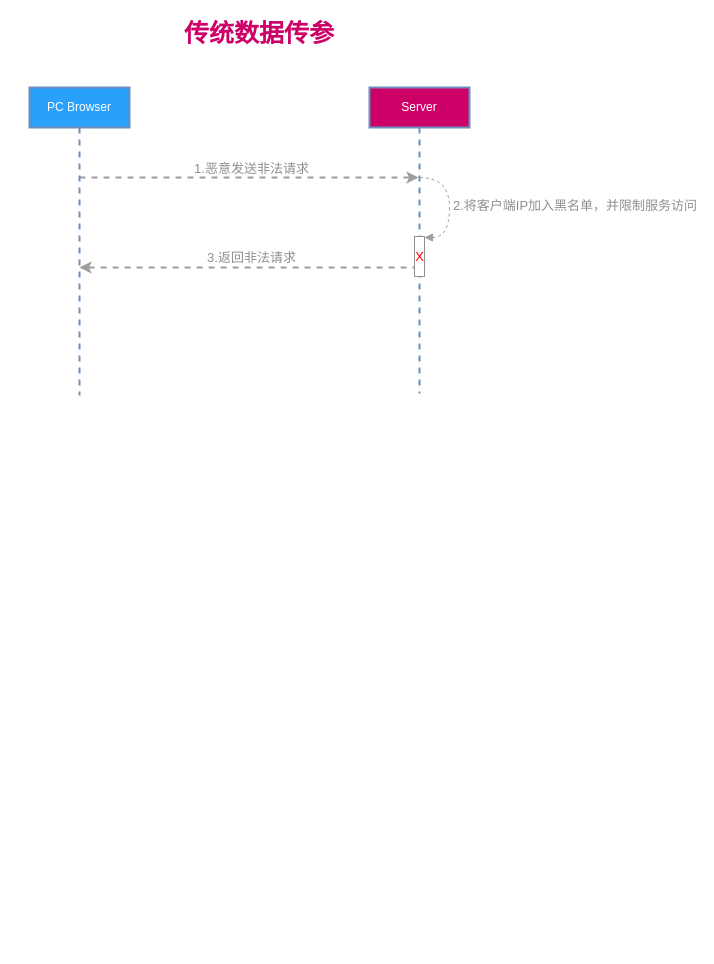
Earlier version of the draw.io diagram 黑名单示意图 的副本.drawio (ammengke/my-drawio). Source tidied: cells renumbered, new cells numbered last; positions are measured from the earlier drawing's top-left corner, leaving out a move shared by most shapes. Both pictures are drawn from the tidied source at 100%, with x=0, y=0 at pixel (29, 17).
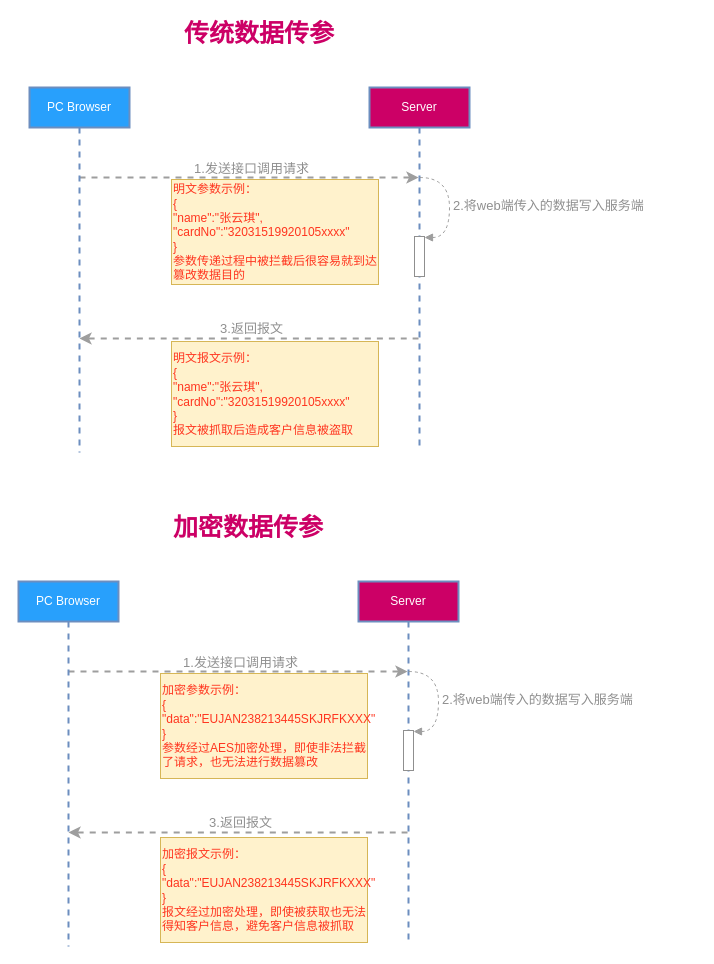
Above is the later version.

Commit message:
更新黑名单示意图 的副本.drawio

The change refers to these unchanged cells:
```xml
<mxCell id="2" style="edgeStyle=orthogonalEdgeStyle;rounded=0;jettySize=auto;html=1;fontSize=25;fontColor=#CC0066;dashed=1;strokeColor=#9E9E9E;strokeWidth=2;" parent="1" edge="1" source="4" target="7">
  <mxGeometry relative="1" as="geometry">
    <Array as="points">
      <mxPoint x="220" y="160" />
      <mxPoint x="220" y="160" />
    </Array>
  </mxGeometry>
</mxCell>
```

What changed in the source:
```diff
@@
-    <mxCell id="3" value="1.恶意发送非法请求" style="edgeLabel;html=1;align=center;verticalAlign=middle;fontSize=13;fontColor=#8F8F8F;" parent="2" vertex="1">
+    <mxCell id="3" value="1.发送接口调用请求" style="edgeLabel;html=1;align=center;verticalAlign=middle;fontSize=13;fontColor=#8F8F8F;" parent="2" vertex="1">
       <mxGeometry x="-0.27" relative="1" as="geometry">
         <mxPoint x="47" y="-10" as="offset" />
       </mxGeometry>
     </mxCell>
     <mxCell id="4" value="PC Browser" style="shape=umlLifeline;perimeter=lifelinePerimeter;whiteSpace=wrap;html=1;outlineConnect=0;fillColor=#28A0FC;strokeColor=#6c8ebf;fontColor=#FFFFFF;strokeWidth=2;" parent="1" vertex="1">
-      <mxGeometry y="70" width="100" height="308" as="geometry" />
+      <mxGeometry y="70" width="100" height="365" as="geometry" />
     </mxCell>
     <mxCell id="5" style="edgeStyle=orthogonalEdgeStyle;curved=1;rounded=0;jettySize=auto;html=1;dashed=1;strokeColor=#9E9E9E;fontSize=13;fontColor=#8F8F8F;strokeWidth=2;" parent="1" edge="1" source="7" target="4">
       <mxGeometry relative="1" as="geometry">
         <Array as="points">
-          <mxPoint x="250" y="250" />
-          <mxPoint x="250" y="250" />
+          <mxPoint x="236" y="321" />
+          <mxPoint x="236" y="321" />
         </Array>
       </mxGeometry>
     </mxCell>
-    <mxCell id="6" value="3.返回非法请求" style="edgeLabel;html=1;align=center;verticalAlign=middle;fontSize=13;fontColor=#8F8F8F;" parent="5" vertex="1">
+    <mxCell id="6" value="3.返回报文" style="edgeLabel;html=1;align=center;verticalAlign=middle;fontSize=13;fontColor=#8F8F8F;" parent="5" vertex="1">
       <mxGeometry x="-0.14" relative="1" as="geometry">
         <mxPoint x="-22" y="-11" as="offset" />
       </mxGeometry>
     </mxCell>
     <mxCell id="7" value="Server" style="shape=umlLifeline;perimeter=lifelinePerimeter;whiteSpace=wrap;html=1;outlineConnect=0;fillColor=#CC0066;strokeColor=#6c8ebf;fontColor=#FFFFFF;strokeWidth=2;" parent="1" vertex="1">
-      <mxGeometry x="340" y="70" width="100" height="306" as="geometry" />
+      <mxGeometry x="340" y="70" width="100" height="361" as="geometry" />
     </mxCell>
-    <mxCell id="8" value="X" style="html=1;perimeter=orthogonalPerimeter;fontSize=13;fontColor=#FF0000;fillColor=#FFFFFF;strokeColor=#8F8F8F;" parent="7" vertex="1">
+    <mxCell id="8" style="html=1;perimeter=orthogonalPerimeter;fontSize=13;fontColor=#FF0000;fillColor=#FFFFFF;strokeColor=#8F8F8F;" parent="7" vertex="1">
       <mxGeometry x="45" y="149" width="10" height="40" as="geometry" />
     </mxCell>
-    <mxCell id="9" value="2.将客户端IP加入黑名单，并限制服务访问" style="edgeStyle=orthogonalEdgeStyle;html=1;align=left;spacingLeft=2;endArrow=block;rounded=0;entryX=1;entryY=0;dashed=1;strokeColor=#9E9E9E;fontSize=13;fontColor=#8F8F8F;curved=1;" parent="7" edge="1">
+    <mxCell id="9" value="2.将web端传入的数据写入服务端" style="edgeStyle=orthogonalEdgeStyle;html=1;align=left;spacingLeft=2;endArrow=block;rounded=0;entryX=1;entryY=0;dashed=1;strokeColor=#9E9E9E;fontSize=13;fontColor=#8F8F8F;curved=1;" parent="7" edge="1">
       <mxGeometry relative="1" as="geometry">
         <mxPoint x="50" y="90" as="sourcePoint" />
         <mxPoint x="55" y="150" as="targetPoint" />
         <Array as="points">
           <mxPoint x="80" y="90" />
           <mxPoint x="80" y="150" />
         </Array>
       </mxGeometry>
     </mxCell>
@@
+    <mxCell id="11" value="明文参数示例：&lt;br&gt;{&lt;br&gt;&quot;name&quot;:&quot;张云琪&quot;,&amp;nbsp; &amp;nbsp; &amp;nbsp; &amp;nbsp; &amp;nbsp; &quot;cardNo&quot;:&quot;32031519920105xxxx&quot;&lt;br&gt;}&lt;br&gt;参数传递过程中被拦截后很容易就到达篡改数据目的" style="text;html=1;strokeColor=#d6b656;fillColor=#fff2cc;align=left;verticalAlign=middle;whiteSpace=wrap;rounded=0;fontColor=#FF351F;" parent="1" vertex="1">
+      <mxGeometry x="142" y="162" width="207" height="105" as="geometry" />
+    </mxCell>
+    <mxCell id="12" style="edgeStyle=orthogonalEdgeStyle;rounded=0;jettySize=auto;html=1;fontSize=25;fontColor=#CC0066;dashed=1;strokeColor=#9E9E9E;strokeWidth=2;" parent="1" edge="1" source="14" target="17">
+      <mxGeometry relative="1" as="geometry">
+        <Array as="points">
+          <mxPoint x="209" y="654" />
+          <mxPoint x="209" y="654" />
+        </Array>
+      </mxGeometry>
+    </mxCell>
+    <mxCell id="13" value="1.发送接口调用请求" style="edgeLabel;html=1;align=center;verticalAlign=middle;fontSize=13;fontColor=#8F8F8F;" parent="12" vertex="1">
+      <mxGeometry x="-0.27" relative="1" as="geometry">
+        <mxPoint x="47" y="-10" as="offset" />
+      </mxGeometry>
+    </mxCell>
+    <mxCell id="14" value="PC Browser" style="shape=umlLifeline;perimeter=lifelinePerimeter;whiteSpace=wrap;html=1;outlineConnect=0;fillColor=#28A0FC;strokeColor=#6c8ebf;fontColor=#FFFFFF;strokeWidth=2;" parent="1" vertex="1">
+      <mxGeometry x="-11" y="564" width="100" height="365" as="geometry" />
+    </mxCell>
+    <mxCell id="15" style="edgeStyle=orthogonalEdgeStyle;curved=1;rounded=0;jettySize=auto;html=1;dashed=1;strokeColor=#9E9E9E;fontSize=13;fontColor=#8F8F8F;strokeWidth=2;" parent="1" edge="1" source="17" target="14">
+      <mxGeometry relative="1" as="geometry">
+        <Array as="points">
+          <mxPoint x="225" y="815" />
+          <mxPoint x="225" y="815" />
+        </Array>
+      </mxGeometry>
+    </mxCell>
+    <mxCell id="16" value="3.返回报文" style="edgeLabel;html=1;align=center;verticalAlign=middle;fontSize=13;fontColor=#8F8F8F;" parent="15" vertex="1">
+      <mxGeometry x="-0.14" relative="1" as="geometry">
+        <mxPoint x="-22" y="-11" as="offset" />
+      </mxGeometry>
+    </mxCell>
+    <mxCell id="17" value="Server" style="shape=umlLifeline;perimeter=lifelinePerimeter;whiteSpace=wrap;html=1;outlineConnect=0;fillColor=#CC0066;strokeColor=#6c8ebf;fontColor=#FFFFFF;strokeWidth=2;" parent="1" vertex="1">
+      <mxGeometry x="329" y="564" width="100" height="361" as="geometry" />
+    </mxCell>
+    <mxCell id="18" style="html=1;perimeter=orthogonalPerimeter;fontSize=13;fontColor=#FF0000;fillColor=#FFFFFF;strokeColor=#8F8F8F;" parent="17" vertex="1">
+      <mxGeometry x="45" y="149" width="10" height="40" as="geometry" />
+    </mxCell>
+    <mxCell id="19" value="2.将web端传入的数据写入服务端" style="edgeStyle=orthogonalEdgeStyle;html=1;align=left;spacingLeft=2;endArrow=block;rounded=0;entryX=1;entryY=0;dashed=1;strokeColor=#9E9E9E;fontSize=13;fontColor=#8F8F8F;curved=1;" parent="17" edge="1">
+      <mxGeometry relative="1" as="geometry">
+        <mxPoint x="50" y="90" as="sourcePoint" />
+        <mxPoint x="55" y="150" as="targetPoint" />
+        <Array as="points">
+          <mxPoint x="80" y="90" />
+          <mxPoint x="80" y="150" />
+        </Array>
+      </mxGeometry>
+    </mxCell>
+    <mxCell id="20" value="加密数据传参" style="text;html=1;strokeColor=none;fillColor=none;align=center;verticalAlign=middle;whiteSpace=wrap;rounded=0;fontColor=#CC0066;fontSize=25;fontStyle=1;" parent="1" vertex="1">
+      <mxGeometry x="39" y="494" width="360" height="30" as="geometry" />
+    </mxCell>
+    <mxCell id="21" value="加密参数示例：&lt;br&gt;{&lt;br&gt;&quot;data&quot;:&quot;EUJAN238213445SKJRFKXXX&quot;&lt;br&gt;}&lt;br&gt;参数经过AES加密处理，即使非法拦截了请求，也无法进行数据篡改" style="text;html=1;strokeColor=#d6b656;fillColor=#fff2cc;align=left;verticalAlign=middle;whiteSpace=wrap;rounded=0;fontColor=#FF351F;" parent="1" vertex="1">
+      <mxGeometry x="131" y="656" width="207" height="105" as="geometry" />
+    </mxCell>
+    <mxCell id="22" value="明文报文示例：&lt;br&gt;{&lt;br&gt;&quot;name&quot;:&quot;张云琪&quot;,&amp;nbsp; &amp;nbsp; &amp;nbsp; &amp;nbsp; &amp;nbsp; &quot;cardNo&quot;:&quot;32031519920105xxxx&quot;&lt;br&gt;}&lt;br&gt;报文被抓取后造成客户信息被盗取" style="text;html=1;strokeColor=#d6b656;fillColor=#fff2cc;align=left;verticalAlign=middle;whiteSpace=wrap;rounded=0;fontColor=#FF351F;" parent="1" vertex="1">
+      <mxGeometry x="142" y="324" width="207" height="105" as="geometry" />
+    </mxCell>
+    <mxCell id="23" value="加密报文示例：&lt;br&gt;{&lt;br&gt;&quot;data&quot;:&quot;EUJAN238213445SKJRFKXXX&quot;&lt;br&gt;}&lt;br&gt;报文经过加密处理，即使被获取也无法得知客户信息，避免客户信息被抓取" style="text;html=1;strokeColor=#d6b656;fillColor=#fff2cc;align=left;verticalAlign=middle;whiteSpace=wrap;rounded=0;fontColor=#FF351F;" parent="1" vertex="1">
+      <mxGeometry x="131" y="820" width="207" height="105" as="geometry" />
+    </mxCell>
```
